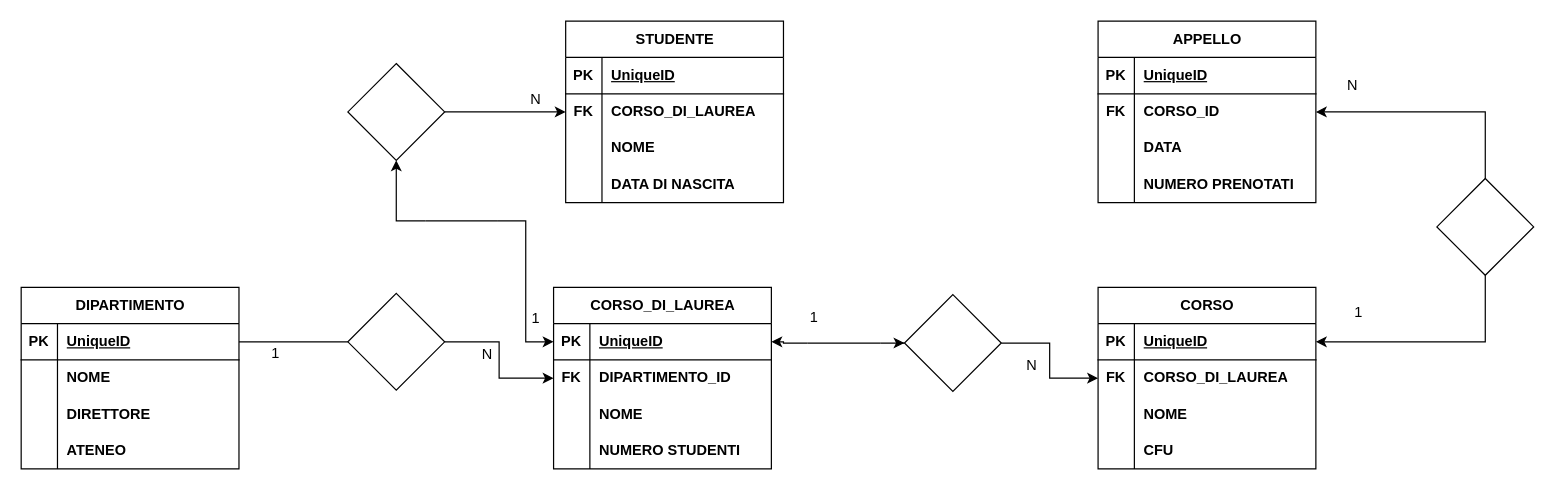
Above: db-university.drawio in giogiosgr/db-university (draw.io), before the change. Source tidied: cells renumbered, new cells numbered last; positions are measured from the earlier drawing's top-left corner, leaving out a move shared by most shapes. Both pictures are drawn from the tidied source at 121%, with x=0, y=0 at pixel (21, 21).
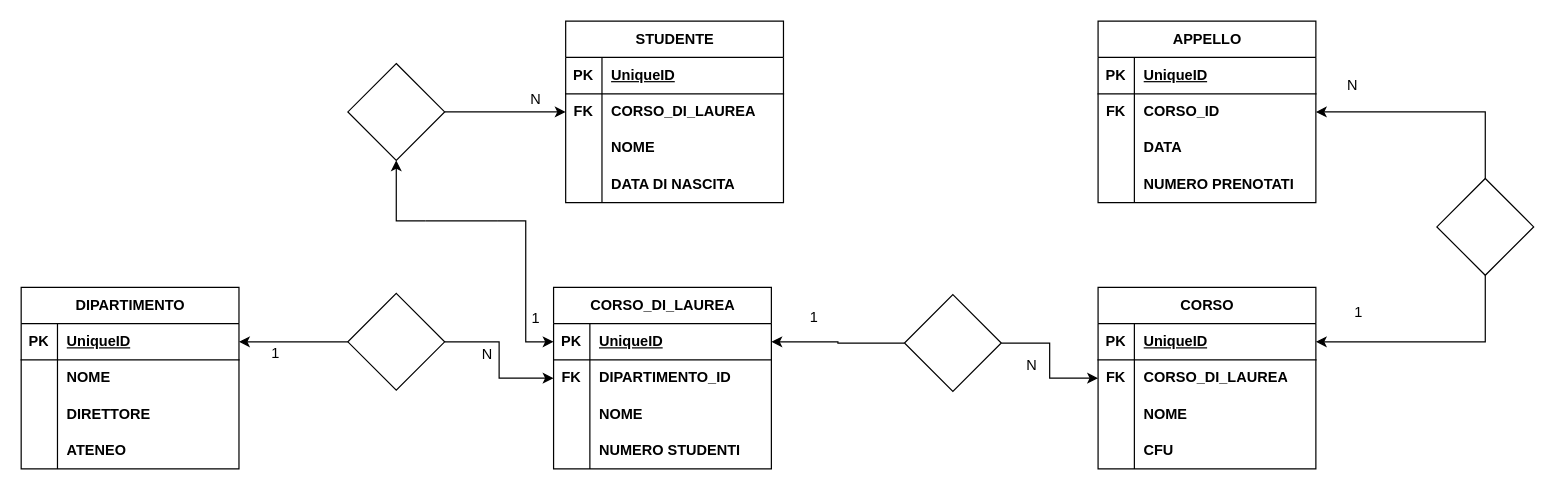
Above is the later version.

The change refers to these unchanged cells:
```xml
<mxCell id="3" style="shape=tableRow;horizontal=0;startSize=0;swimlaneHead=0;swimlaneBody=0;fillColor=none;points=[[0,0.5],[1,0.5]];portConstraint=eastwest;top=0;left=0;right=0;bottom=1;" parent="2" vertex="1">
  <mxGeometry y="30" width="180" height="30" as="geometry" />
</mxCell>
<mxCell id="17" style="rhombus;whiteSpace=wrap;html=1;" parent="1" vertex="1">
  <mxGeometry x="270" y="225" width="80" height="80" as="geometry" />
</mxCell>
<mxCell id="19" style="shape=tableRow;horizontal=0;startSize=0;swimlaneHead=0;swimlaneBody=0;fillColor=none;points=[[0,0.5],[1,0.5]];portConstraint=eastwest;top=0;left=0;right=0;bottom=1;" parent="18" vertex="1">
  <mxGeometry y="30" width="180" height="30" as="geometry" />
</mxCell>
<mxCell id="47" style="rhombus;whiteSpace=wrap;html=1;" parent="1" vertex="1">
  <mxGeometry x="730" y="226" width="80" height="80" as="geometry" />
</mxCell>
```

Diff of the diagram source:
```diff
@@
-    <mxCell id="15" style="endArrow=none;html=1;rounded=0;exitX=1;exitY=0.5;exitDx=0;exitDy=0;entryX=0;entryY=0.5;entryDx=0;entryDy=0;" parent="1" edge="1" source="3" target="17">
-      <mxGeometry relative="1" as="geometry" />
-    </mxCell>
@@
+    <mxCell id="91" style="edgeStyle=orthogonalEdgeStyle;rounded=0;jettySize=auto;html=1;entryX=1;entryY=0.5;entryDx=0;entryDy=0;" parent="1" edge="1" source="17" target="3">
+      <mxGeometry relative="1" as="geometry" />
+    </mxCell>
@@
+    <mxCell id="92" style="edgeStyle=orthogonalEdgeStyle;rounded=0;jettySize=auto;html=1;entryX=1;entryY=0.5;entryDx=0;entryDy=0;" parent="1" edge="1" source="47" target="19">
+      <mxGeometry relative="1" as="geometry" />
+    </mxCell>
@@
-    <mxCell id="74" style="edgeStyle=orthogonalEdgeStyle;rounded=0;jettySize=auto;html=1;entryX=0;entryY=0.5;entryDx=0;entryDy=0;" parent="1" edge="1" source="76" target="47">
-      <mxGeometry relative="1" as="geometry" />
-    </mxCell>
-    <mxCell id="75" style="edgeStyle=orthogonalEdgeStyle;rounded=0;jettySize=auto;html=1;entryX=1;entryY=0.5;entryDx=0;entryDy=0;" parent="1" edge="1" source="76" target="19">
-      <mxGeometry relative="1" as="geometry" />
-    </mxCell>
-    <mxCell id="76" style="line;strokeWidth=1;dashed=0;labelPosition=right;align=left;verticalAlign=middle;spacingTop=0;spacingLeft=6;points=[];portConstraint=eastwest;" parent="1" vertex="1">
-      <mxGeometry x="650" y="261" width="60" height="10" as="geometry" />
-    </mxCell>
```
